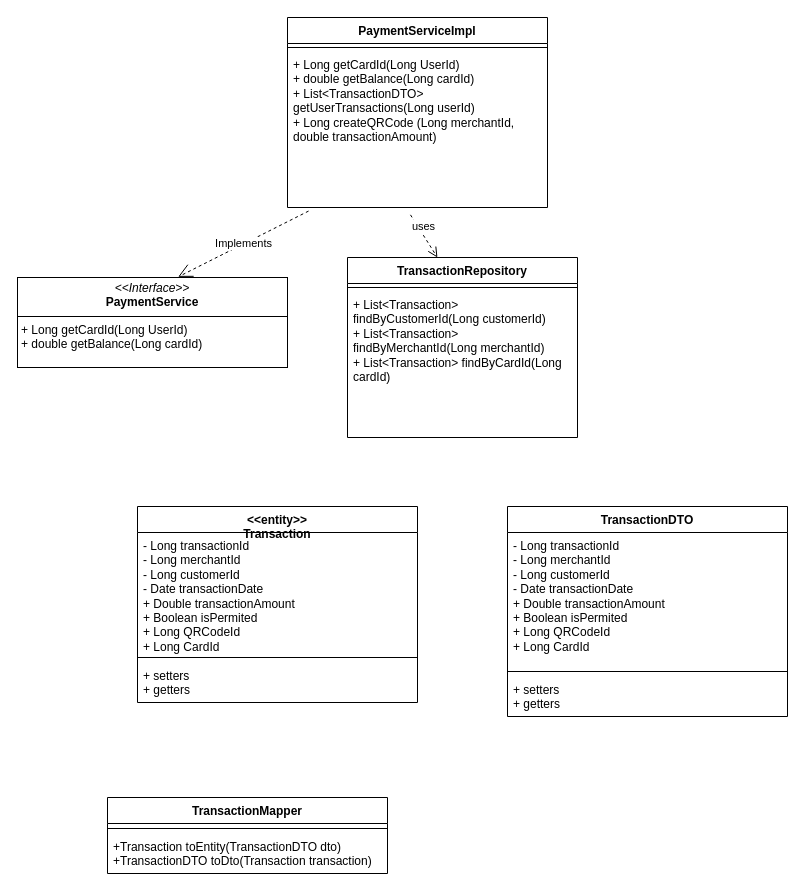
Before: Diagramme de classes PaymentService.drawio in msisitr/aventix-design, a draw.io diagram. Source tidied: cells renumbered, new cells numbered last; positions are measured from the earlier drawing's top-left corner, leaving out a move shared by most shapes. Both pictures are drawn from the tidied source at 100%, with x=0, y=0 at pixel (17, 17).
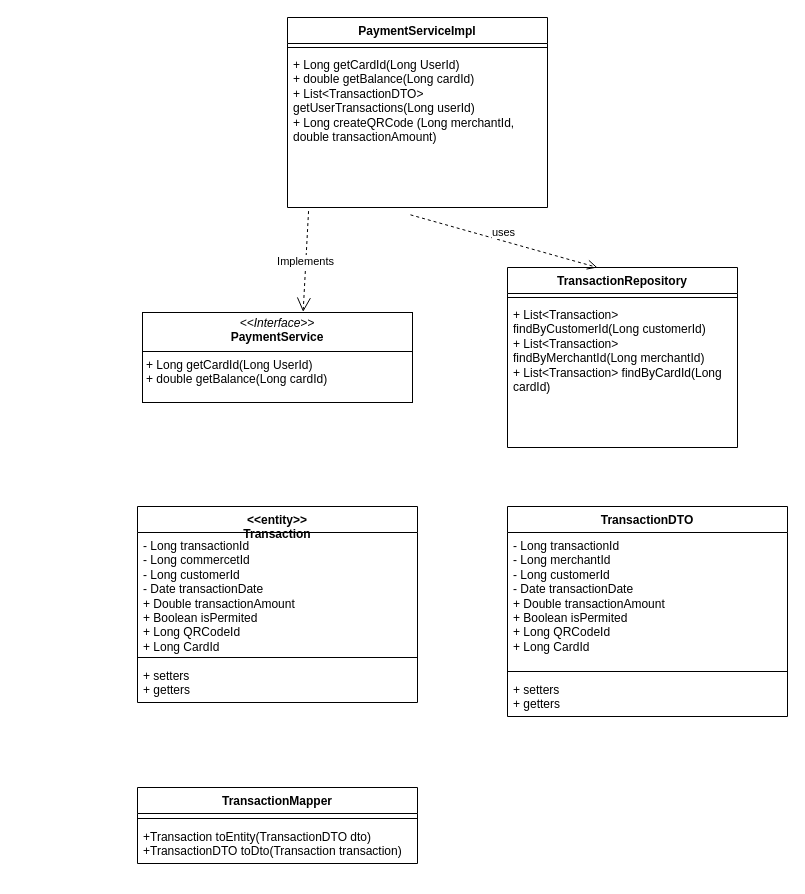
After the change.

Commit message:
modifies the transaction Entity

The change refers to these unchanged cells:
```xml
<mxCell id="11" value="&lt;div&gt;&amp;lt;&amp;lt;entity&amp;gt;&amp;gt;&lt;/div&gt;Transaction" style="swimlane;fontStyle=1;align=center;verticalAlign=top;horizontal=1;startSize=26;whiteSpace=wrap;html=1;" parent="1" vertex="1">
  <mxGeometry x="120" y="489" width="280" height="196" as="geometry" />
</mxCell>
```

What changed in the source:
```diff
@@
     <mxCell id="2" value="&lt;p style=&quot;margin:0px;margin-top:4px;text-align:center;&quot;&gt;&lt;i&gt;&amp;lt;&amp;lt;Interface&amp;gt;&amp;gt;&lt;/i&gt;&lt;br&gt;&lt;b&gt;PaymentService&lt;/b&gt;&lt;/p&gt;&lt;hr size=&quot;1&quot; style=&quot;border-style:solid;&quot;&gt;&lt;p style=&quot;margin:0px;margin-left:4px;&quot;&gt;&lt;/p&gt;&lt;p style=&quot;margin:0px;margin-left:4px;&quot;&gt;+ Long getCardId(Long UserId)&lt;br&gt;+ double getBalance(Long cardId)&lt;/p&gt;" style="verticalAlign=top;align=left;overflow=fill;html=1;whiteSpace=wrap;" parent="1" vertex="1">
-      <mxGeometry y="260" width="270" height="90" as="geometry" />
+      <mxGeometry x="125" y="295" width="270" height="90" as="geometry" />
     </mxCell>
@@
     <mxCell id="7" value="TransactionRepository" style="swimlane;fontStyle=1;align=center;verticalAlign=top;horizontal=1;startSize=26;whiteSpace=wrap;html=1;" parent="1" vertex="1">
-      <mxGeometry x="330" y="240" width="230" height="180" as="geometry" />
+      <mxGeometry x="490" y="250" width="230" height="180" as="geometry" />
     </mxCell>
@@
-    <mxCell id="12" value="- Long transactionId&lt;div&gt;- Long merchantId&lt;/div&gt;&lt;div&gt;- Long customerId&lt;/div&gt;&lt;div&gt;- Date transactionDate&lt;/div&gt;&lt;div&gt;+ Double transactionAmount&amp;nbsp;&lt;/div&gt;&lt;div&gt;+ Boolean isPermited&amp;nbsp;&lt;/div&gt;&lt;div&gt;+ Long QRCodeId&lt;/div&gt;&lt;div&gt;+ Long CardId&lt;/div&gt;&lt;div&gt;&lt;br&gt;&lt;/div&gt;&lt;div&gt;&lt;br&gt;&lt;/div&gt;&lt;div&gt;&lt;br&gt;&lt;/div&gt;" style="text;strokeColor=none;fillColor=none;align=left;verticalAlign=top;spacingLeft=4;spacingRight=4;overflow=hidden;whiteSpace=wrap;html=1;" parent="11" vertex="1">
+    <mxCell id="12" value="- Long transactionId&lt;div&gt;- Long commercetId&lt;/div&gt;&lt;div&gt;- Long customerId&lt;/div&gt;&lt;div&gt;- Date transactionDate&lt;/div&gt;&lt;div&gt;+ Double transactionAmount&amp;nbsp;&lt;/div&gt;&lt;div&gt;+ Boolean isPermited&amp;nbsp;&lt;/div&gt;&lt;div&gt;+ Long QRCodeId&lt;/div&gt;&lt;div&gt;+ Long CardId&lt;/div&gt;&lt;div&gt;&lt;br&gt;&lt;/div&gt;&lt;div&gt;&lt;br&gt;&lt;/div&gt;&lt;div&gt;&lt;br&gt;&lt;/div&gt;" style="text;strokeColor=none;fillColor=none;align=left;verticalAlign=top;spacingLeft=4;spacingRight=4;overflow=hidden;whiteSpace=wrap;html=1;" parent="11" vertex="1">
       <mxGeometry y="26" width="280" height="120" as="geometry" />
     </mxCell>
@@
     <mxCell id="19" value="&lt;div&gt;TransactionMapper&lt;/div&gt;" style="swimlane;fontStyle=1;align=center;verticalAlign=top;horizontal=1;startSize=26;whiteSpace=wrap;html=1;" parent="1" vertex="1">
-      <mxGeometry x="90" y="780" width="280" height="76" as="geometry" />
+      <mxGeometry x="120" y="770" width="280" height="76" as="geometry" />
     </mxCell>
```
